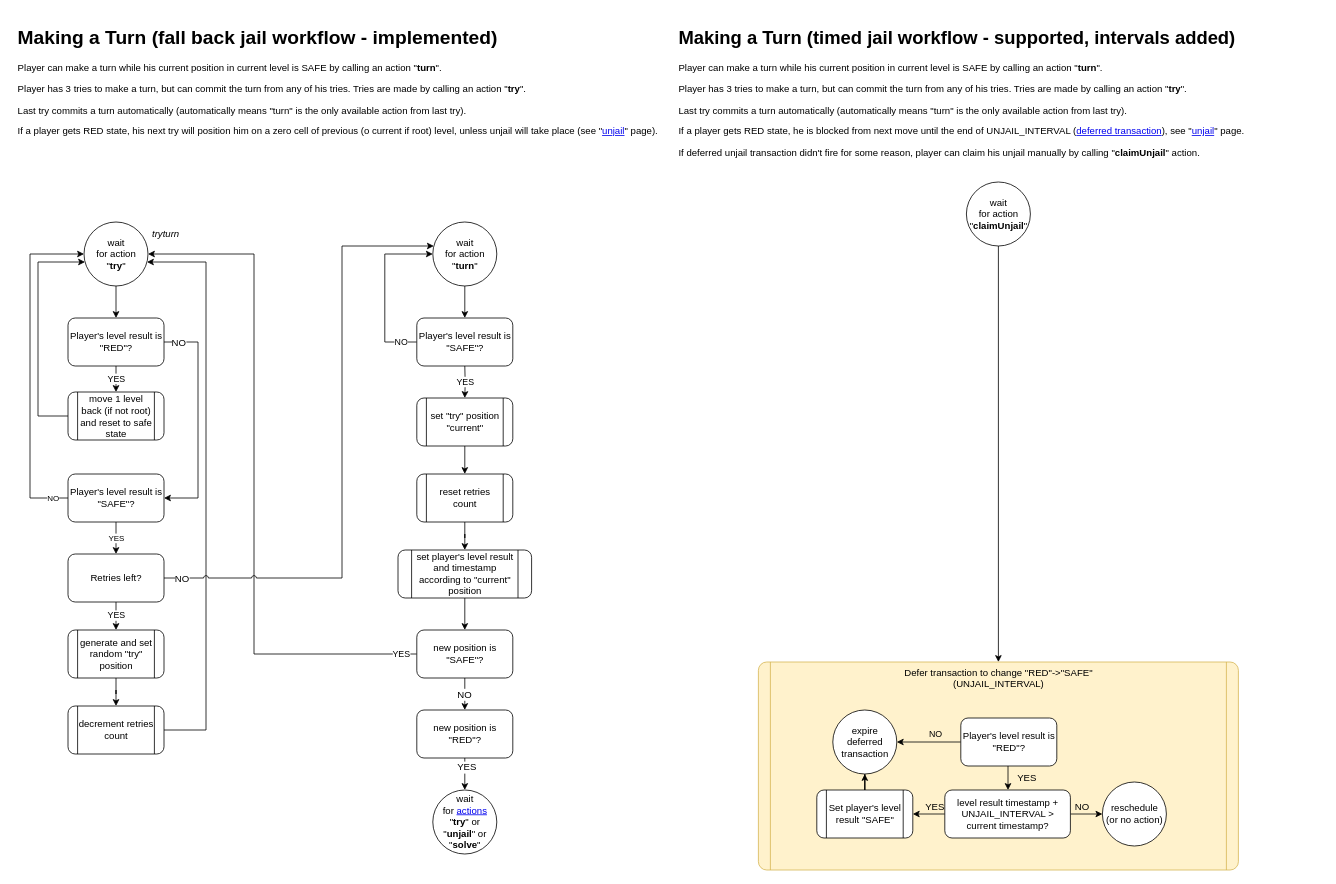
Earlier version of the draw.io diagram page "turn" (5 of 14) of ia/WOFFLER IA.drawio (cptn-solo/woffler_contract). Source tidied: cells renumbered, new cells numbered last; positions are measured from the earlier drawing's top-left corner, leaving out a move shared by most shapes. Both pictures are drawn from the tidied source at 80%, with x=0, y=0 at pixel (14, 22).
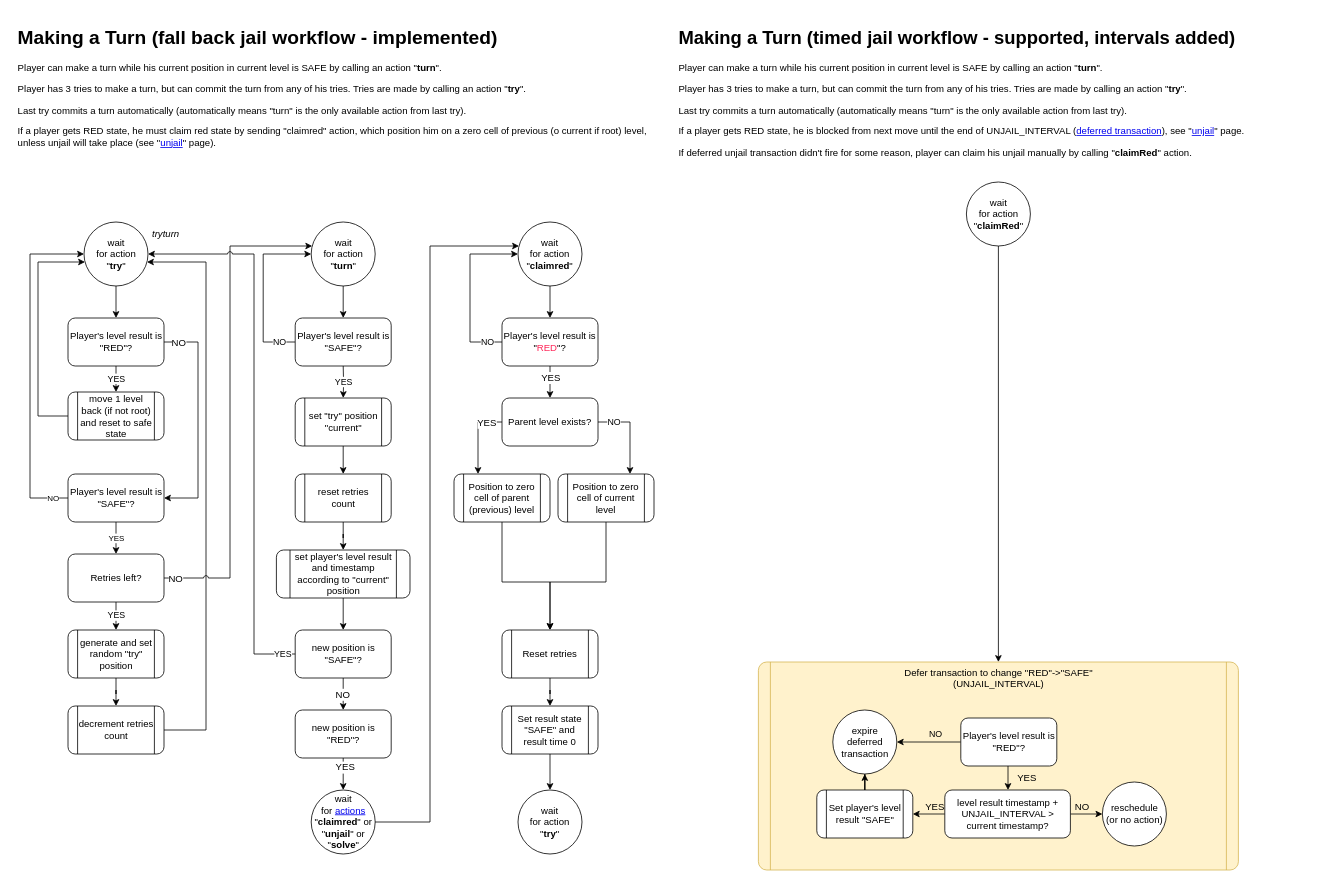
Above is the later version.

The change refers to these unchanged cells:
```xml
<mxCell id="11" value="Retries left?" style="rounded=1;whiteSpace=wrap;html=1;shadow=0;glass=0;strokeColor=#000000;align=center;" parent="1" vertex="1">
  <mxGeometry x="67.5" y="665" width="120" height="60" as="geometry" />
</mxCell>
<mxCell id="25" value="wait &lt;br&gt;for action&lt;br&gt;&quot;&lt;b&gt;try&lt;/b&gt;&quot;" style="ellipse;whiteSpace=wrap;html=1;rounded=1;shadow=0;glass=0;strokeColor=#000000;fillColor=none;align=center;" parent="1" vertex="1">
  <mxGeometry x="87.5" y="250" width="80" height="80" as="geometry" />
</mxCell>
```

What changed in the source:
```diff
@@
     <mxCell id="3" value="set &quot;try&quot; position &quot;current&quot;" style="shape=process;rounded=1;whiteSpace=wrap;html=1;shadow=0;glass=0;strokeColor=#000000;align=center;" parent="1" vertex="1">
-      <mxGeometry x="503.5" y="470" width="120" height="60" as="geometry" />
+      <mxGeometry x="351.5" y="470" width="120" height="60" as="geometry" />
     </mxCell>
     <mxCell id="4" value="NO" style="edgeStyle=orthogonalEdgeStyle;rounded=0;jettySize=auto;html=1;endFill=1;" parent="1" edge="1" source="28" target="27">
       <mxGeometry x="-0.81" relative="1" as="geometry">
         <Array as="points">
-          <mxPoint x="463.5" y="400" />
-          <mxPoint x="463.5" y="290" />
+          <mxPoint x="311.5" y="400" />
+          <mxPoint x="311.5" y="290" />
         </Array>
       </mxGeometry>
     </mxCell>
     <mxCell id="5" value="YES" style="edgeStyle=orthogonalEdgeStyle;rounded=0;jettySize=auto;html=1;strokeColor=#000000;fontSize=11;fontColor=#000000;endFill=1;" parent="1" edge="1" target="3">
       <mxGeometry relative="1" as="geometry">
-        <mxPoint x="563.5" y="430" as="sourcePoint" />
+        <mxPoint x="411.5" y="430" as="sourcePoint" />
       </mxGeometry>
     </mxCell>
@@
     <mxCell id="13" value="reset retries count&lt;br&gt;" style="shape=process;rounded=1;whiteSpace=wrap;html=1;shadow=0;glass=0;strokeColor=#000000;align=center;" parent="1" vertex="1">
-      <mxGeometry x="503.5" y="565" width="120" height="60" as="geometry" />
+      <mxGeometry x="351.5" y="565" width="120" height="60" as="geometry" />
     </mxCell>
-    <mxCell id="14" value="YES" style="edgeStyle=orthogonalEdgeStyle;rounded=0;jettySize=auto;html=1;" parent="1" edge="1" source="52" target="25">
-      <mxGeometry x="-0.95" relative="1" as="geometry">
-        <Array as="points">
-          <mxPoint x="300" y="790" />
-          <mxPoint x="300" y="290" />
-        </Array>
-        <mxPoint x="1" as="offset" />
-      </mxGeometry>
-    </mxCell>
@@
     <mxCell id="16" value="set player's level result and timestamp according to &quot;current&quot; position&lt;br&gt;" style="shape=process;rounded=1;whiteSpace=wrap;html=1;shadow=0;glass=0;strokeColor=#000000;align=center;" parent="1" vertex="1">
-      <mxGeometry x="480" y="660" width="167" height="60" as="geometry" />
+      <mxGeometry x="328" y="660" width="167" height="60" as="geometry" />
     </mxCell>
@@
     <mxCell id="19" value="new position is &quot;RED&quot;?&lt;br&gt;" style="rounded=1;whiteSpace=wrap;html=1;shadow=0;glass=0;strokeColor=#000000;align=center;" parent="1" vertex="1">
-      <mxGeometry x="503.5" y="860" width="120" height="60" as="geometry" />
+      <mxGeometry x="351.5" y="860" width="120" height="60" as="geometry" />
     </mxCell>
@@
-    <mxCell id="23" value="&lt;h1&gt;Making a Turn (fall back jail workflow - implemented)&lt;/h1&gt;&lt;p&gt;Player can make a turn while his current position in current level is SAFE by calling an action &quot;&lt;b&gt;turn&lt;/b&gt;&quot;.&lt;/p&gt;&lt;p&gt;Player has 3 tries to make a turn, but can commit the turn from any of his tries. Tries are made by calling an action &quot;&lt;b&gt;try&lt;/b&gt;&quot;.&lt;/p&gt;&lt;p&gt;Last try commits a turn automatically (automatically means &quot;turn&quot; is the only available action from last try).&lt;/p&gt;&lt;p&gt;If a player gets RED state, his next try will position him on a zero cell of previous (o current if root) level, unless unjail will take place (see &quot;&lt;a href=&quot;data:page/id,JelkGK6z_K_HSlQ8lR76&quot;&gt;unjail&lt;/a&gt;&quot; page).&lt;/p&gt;" style="text;html=1;strokeColor=none;fillColor=none;spacing=5;spacingTop=-20;whiteSpace=wrap;overflow=hidden;rounded=0;shadow=0;glass=0;align=left;" parent="1" vertex="1">
+    <mxCell id="23" value="&lt;h1&gt;Making a Turn (fall back jail workflow - implemented)&lt;/h1&gt;&lt;p&gt;Player can make a turn while his current position in current level is SAFE by calling an action &quot;&lt;b&gt;turn&lt;/b&gt;&quot;.&lt;/p&gt;&lt;p&gt;Player has 3 tries to make a turn, but can commit the turn from any of his tries. Tries are made by calling an action &quot;&lt;b&gt;try&lt;/b&gt;&quot;.&lt;/p&gt;&lt;p&gt;Last try commits a turn automatically (automatically means &quot;turn&quot; is the only available action from last try).&lt;/p&gt;&lt;p&gt;If a player gets RED state, he must claim red state by sending &quot;claimred&quot; action, which position him on a zero cell of previous (o current if root) level, unless unjail will take place (see &quot;&lt;a href=&quot;data:page/id,JelkGK6z_K_HSlQ8lR76&quot;&gt;unjail&lt;/a&gt;&quot; page).&lt;/p&gt;" style="text;html=1;strokeColor=none;fillColor=none;spacing=5;spacingTop=-20;whiteSpace=wrap;overflow=hidden;rounded=0;shadow=0;glass=0;align=left;" parent="1" vertex="1">
       <mxGeometry width="810" height="220" as="geometry" />
     </mxCell>
@@
     <mxCell id="27" value="wait &lt;br&gt;for action&lt;br&gt;&quot;&lt;b&gt;turn&lt;/b&gt;&quot;" style="ellipse;whiteSpace=wrap;html=1;rounded=1;shadow=0;glass=0;strokeColor=#000000;fillColor=none;align=center;" parent="1" vertex="1">
-      <mxGeometry x="523.5" y="250" width="80" height="80" as="geometry" />
+      <mxGeometry x="371.5" y="250" width="80" height="80" as="geometry" />
     </mxCell>
     <mxCell id="28" value="Player's level result is &quot;SAFE&quot;?" style="rounded=1;whiteSpace=wrap;html=1;shadow=0;glass=0;strokeColor=#000000;align=center;" parent="1" vertex="1">
-      <mxGeometry x="503.5" y="370" width="120" height="60" as="geometry" />
+      <mxGeometry x="351.5" y="370" width="120" height="60" as="geometry" />
     </mxCell>
     <mxCell id="29" style="edgeStyle=orthogonalEdgeStyle;rounded=0;jettySize=auto;html=1;endArrow=classic;endFill=1;fontColor=#FF0000;align=center;jumpStyle=arc;" parent="1" edge="1" source="11" target="27">
       <mxGeometry relative="1" as="geometry">
         <Array as="points">
-          <mxPoint x="410" y="695" />
-          <mxPoint x="410" y="280" />
+          <mxPoint x="270" y="695" />
+          <mxPoint x="270" y="280" />
         </Array>
       </mxGeometry>
     </mxCell>
@@
-    <mxCell id="32" value="&lt;h1&gt;&lt;span style=&quot;font-size: 23px&quot;&gt;Making a Turn (timed jail workflow - supported, intervals added&lt;/span&gt;&lt;span style=&quot;font-size: 23px&quot;&gt;)&lt;/span&gt;&lt;/h1&gt;&lt;p&gt;Player can make a turn while his current position in current level is SAFE by calling an action &quot;&lt;b&gt;turn&lt;/b&gt;&quot;.&lt;/p&gt;&lt;p&gt;Player has 3 tries to make a turn, but can commit the turn from any of his tries. Tries are made by calling an action &quot;&lt;b&gt;try&lt;/b&gt;&quot;.&lt;/p&gt;&lt;p&gt;Last try commits a turn automatically (automatically means &quot;turn&quot; is the only available action from last try).&lt;/p&gt;&lt;p&gt;If a player gets RED state, he is blocked from next move until the end of UNJAIL_INTERVAL (&lt;a href=&quot;https://cmichel.io/deferred-transactions-on-eos/&quot;&gt;deferred transaction&lt;/a&gt;), see &quot;&lt;a href=&quot;data:page/id,JelkGK6z_K_HSlQ8lR76&quot;&gt;unjail&lt;/a&gt;&quot; page.&lt;/p&gt;&lt;p&gt;If deferred unjail transaction didn't fire for some reason, player can claim his unjail manually by calling &quot;&lt;b&gt;claimUnjail&lt;/b&gt;&quot; action.&lt;/p&gt;" style="text;html=1;strokeColor=none;fillColor=none;spacing=5;spacingTop=-20;whiteSpace=wrap;overflow=hidden;rounded=0;shadow=0;glass=0;align=left;" parent="1" vertex="1">
+    <mxCell id="32" value="&lt;h1&gt;&lt;span style=&quot;font-size: 23px&quot;&gt;Making a Turn (timed jail workflow - supported, intervals added&lt;/span&gt;&lt;span style=&quot;font-size: 23px&quot;&gt;)&lt;/span&gt;&lt;/h1&gt;&lt;p&gt;Player can make a turn while his current position in current level is SAFE by calling an action &quot;&lt;b&gt;turn&lt;/b&gt;&quot;.&lt;/p&gt;&lt;p&gt;Player has 3 tries to make a turn, but can commit the turn from any of his tries. Tries are made by calling an action &quot;&lt;b&gt;try&lt;/b&gt;&quot;.&lt;/p&gt;&lt;p&gt;Last try commits a turn automatically (automatically means &quot;turn&quot; is the only available action from last try).&lt;/p&gt;&lt;p&gt;If a player gets RED state, he is blocked from next move until the end of UNJAIL_INTERVAL (&lt;a href=&quot;https://cmichel.io/deferred-transactions-on-eos/&quot;&gt;deferred transaction&lt;/a&gt;), see &quot;&lt;a href=&quot;data:page/id,JelkGK6z_K_HSlQ8lR76&quot;&gt;unjail&lt;/a&gt;&quot; page.&lt;/p&gt;&lt;p&gt;If deferred unjail transaction didn't fire for some reason, player can claim his unjail manually by calling &quot;&lt;b&gt;claimRed&lt;/b&gt;&quot; action.&lt;/p&gt;" style="text;html=1;strokeColor=none;fillColor=none;spacing=5;spacingTop=-20;whiteSpace=wrap;overflow=hidden;rounded=0;shadow=0;glass=0;align=left;" parent="1" vertex="1">
       <mxGeometry x="825.5" width="810" height="220" as="geometry" />
     </mxCell>
@@
-    <mxCell id="48" value="wait &lt;br&gt;for action&lt;br&gt;&quot;&lt;b&gt;claimUnjail&lt;/b&gt;&quot;&lt;br&gt;" style="ellipse;whiteSpace=wrap;html=1;rounded=1;shadow=0;glass=0;align=center;labelBackgroundColor=none;" parent="1" vertex="1">
+    <mxCell id="48" value="wait &lt;br&gt;for action&lt;br&gt;&quot;&lt;b&gt;claimRed&lt;/b&gt;&quot;&lt;br&gt;" style="ellipse;whiteSpace=wrap;html=1;rounded=1;shadow=0;glass=0;align=center;labelBackgroundColor=none;" parent="1" vertex="1">
       <mxGeometry x="1190.5" y="200" width="80" height="80" as="geometry" />
     </mxCell>
+    <mxCell id="59" style="edgeStyle=orthogonalEdgeStyle;rounded=0;jumpStyle=arc;jettySize=auto;html=1;" parent="1" edge="1" source="49" target="70">
+      <mxGeometry relative="1" as="geometry">
+        <Array as="points">
+          <mxPoint x="520" y="1000" />
+          <mxPoint x="520" y="280" />
+        </Array>
+      </mxGeometry>
+    </mxCell>
-    <mxCell id="49" value="wait &lt;br&gt;for &lt;a href=&quot;data:page/id,JelkGK6z_K_HSlQ8lR76&quot;&gt;actions&lt;/a&gt;&lt;br&gt;&quot;&lt;b&gt;try&lt;/b&gt;&quot; or &quot;&lt;b&gt;unjail&lt;/b&gt;&quot; or &quot;&lt;b&gt;solve&lt;/b&gt;&quot;" style="ellipse;whiteSpace=wrap;html=1;rounded=1;shadow=0;glass=0;strokeColor=#000000;fillColor=none;align=center;" parent="1" vertex="1">
-      <mxGeometry x="523.5" y="960" width="80" height="80" as="geometry" />
+    <mxCell id="49" value="wait &lt;br&gt;for &lt;a href=&quot;data:page/id,JelkGK6z_K_HSlQ8lR76&quot;&gt;actions&lt;/a&gt;&lt;br&gt;&quot;&lt;b&gt;claimred&lt;/b&gt;&quot; or&lt;br&gt;&quot;&lt;b&gt;unjail&lt;/b&gt;&quot; or &quot;&lt;b&gt;solve&lt;/b&gt;&quot;" style="ellipse;whiteSpace=wrap;html=1;rounded=1;shadow=0;glass=0;strokeColor=#000000;fillColor=none;align=center;" parent="1" vertex="1">
+      <mxGeometry x="371.5" y="960" width="80" height="80" as="geometry" />
     </mxCell>
@@
     <mxCell id="52" value="new position is &quot;SAFE&quot;?&lt;br&gt;" style="rounded=1;whiteSpace=wrap;html=1;shadow=0;glass=0;strokeColor=#000000;align=center;" parent="1" vertex="1">
-      <mxGeometry x="503.5" y="760" width="120" height="60" as="geometry" />
+      <mxGeometry x="351.5" y="760" width="120" height="60" as="geometry" />
     </mxCell>
@@
+    <mxCell id="60" value="NO" style="edgeStyle=orthogonalEdgeStyle;rounded=0;jettySize=auto;html=1;" parent="1" edge="1" source="77" target="64">
+      <mxGeometry x="-0.62" relative="1" as="geometry">
+        <Array as="points">
+          <mxPoint x="770" y="500" />
+        </Array>
+      </mxGeometry>
+    </mxCell>
+    <mxCell id="61" style="edgeStyle=orthogonalEdgeStyle;rounded=0;jettySize=auto;html=1;" parent="1" edge="1" source="62" target="66">
+      <mxGeometry relative="1" as="geometry">
+        <Array as="points">
+          <mxPoint x="610" y="700" />
+          <mxPoint x="670" y="700" />
+        </Array>
+      </mxGeometry>
+    </mxCell>
+    <mxCell id="62" value="Position to zero cell of parent (previous) level" style="shape=process;rounded=1;whiteSpace=wrap;html=1;shadow=0;glass=0;strokeColor=#000000;align=center;" parent="1" vertex="1">
+      <mxGeometry x="550" y="565" width="120" height="60" as="geometry" />
+    </mxCell>
+    <mxCell id="63" style="edgeStyle=orthogonalEdgeStyle;rounded=0;jettySize=auto;html=1;" parent="1" edge="1" source="64" target="66">
+      <mxGeometry relative="1" as="geometry">
+        <Array as="points">
+          <mxPoint x="740" y="700" />
+          <mxPoint x="670" y="700" />
+        </Array>
+      </mxGeometry>
+    </mxCell>
+    <mxCell id="64" value="Position to zero cell of current level" style="shape=process;rounded=1;whiteSpace=wrap;html=1;shadow=0;glass=0;strokeColor=#000000;align=center;" parent="1" vertex="1">
+      <mxGeometry x="680" y="565" width="120" height="60" as="geometry" />
+    </mxCell>
+    <mxCell id="65" style="edgeStyle=orthogonalEdgeStyle;rounded=0;jettySize=auto;html=1;" parent="1" edge="1" source="66" target="68">
+      <mxGeometry relative="1" as="geometry" />
+    </mxCell>
+    <mxCell id="66" value="Reset retries" style="shape=process;rounded=1;whiteSpace=wrap;html=1;shadow=0;glass=0;strokeColor=#000000;align=center;" parent="1" vertex="1">
+      <mxGeometry x="610" y="760" width="120" height="60" as="geometry" />
+    </mxCell>
+    <mxCell id="67" style="edgeStyle=orthogonalEdgeStyle;rounded=0;jumpStyle=arc;jettySize=auto;html=1;" parent="1" edge="1" source="68" target="78">
+      <mxGeometry relative="1" as="geometry" />
+    </mxCell>
+    <mxCell id="68" value="Set result state &quot;SAFE&quot; and result time 0" style="shape=process;rounded=1;whiteSpace=wrap;html=1;shadow=0;glass=0;strokeColor=#000000;align=center;" parent="1" vertex="1">
+      <mxGeometry x="610" y="855" width="120" height="60" as="geometry" />
+    </mxCell>
+    <mxCell id="69" style="edgeStyle=orthogonalEdgeStyle;rounded=0;jettySize=auto;html=1;" parent="1" edge="1" source="70" target="74">
+      <mxGeometry relative="1" as="geometry" />
+    </mxCell>
+    <mxCell id="70" value="wait &lt;br&gt;for action&lt;br&gt;&quot;&lt;b&gt;claimred&lt;/b&gt;&quot;" style="ellipse;whiteSpace=wrap;html=1;rounded=1;shadow=0;glass=0;strokeColor=#000000;fillColor=none;align=center;" parent="1" vertex="1">
+      <mxGeometry x="630" y="250" width="80" height="80" as="geometry" />
+    </mxCell>
+    <mxCell id="71" value="NO" style="edgeStyle=orthogonalEdgeStyle;rounded=0;jettySize=auto;html=1;" parent="1" edge="1" source="74" target="70">
+      <mxGeometry x="-0.83" relative="1" as="geometry">
+        <Array as="points">
+          <mxPoint x="570" y="400" />
+          <mxPoint x="570" y="290" />
+        </Array>
+      </mxGeometry>
+    </mxCell>
+    <mxCell id="72" style="edgeStyle=orthogonalEdgeStyle;rounded=0;jettySize=auto;html=1;" parent="1" edge="1" source="74" target="77">
+      <mxGeometry relative="1" as="geometry" />
+    </mxCell>
+    <mxCell id="73" value="YES" style="text;html=1;align=center;verticalAlign=middle;labelBackgroundColor=#ffffff;" parent="72" vertex="1">
+      <mxGeometry x="-0.3" relative="1" as="geometry" />
+    </mxCell>
+    <mxCell id="74" value="Player's level result is &quot;&lt;font color=&quot;#ff2457&quot;&gt;RED&lt;/font&gt;&quot;?" style="rounded=1;whiteSpace=wrap;html=1;shadow=0;glass=0;strokeColor=#000000;align=center;" parent="1" vertex="1">
+      <mxGeometry x="610" y="370" width="120" height="60" as="geometry" />
+    </mxCell>
+    <mxCell id="75" style="edgeStyle=orthogonalEdgeStyle;rounded=0;jettySize=auto;html=1;" parent="1" edge="1" source="77" target="62">
+      <mxGeometry relative="1" as="geometry">
+        <Array as="points">
+          <mxPoint x="580" y="500" />
+        </Array>
+      </mxGeometry>
+    </mxCell>
+    <mxCell id="76" value="YES" style="text;html=1;align=center;verticalAlign=middle;labelBackgroundColor=#ffffff;" parent="75" vertex="1">
+      <mxGeometry x="0.11" y="2" relative="1" as="geometry">
+        <mxPoint x="8" y="-23" as="offset" />
+      </mxGeometry>
+    </mxCell>
+    <mxCell id="77" value="Parent level exists?" style="rounded=1;whiteSpace=wrap;html=1;shadow=0;glass=0;strokeColor=#000000;align=center;" parent="1" vertex="1">
+      <mxGeometry x="610" y="470" width="120" height="60" as="geometry" />
+    </mxCell>
+    <mxCell id="14" value="YES" style="edgeStyle=orthogonalEdgeStyle;rounded=0;jettySize=auto;html=1;jumpStyle=arc;" parent="1" edge="1" source="52" target="25">
+      <mxGeometry x="-0.95" relative="1" as="geometry">
+        <Array as="points">
+          <mxPoint x="300" y="790" />
+          <mxPoint x="300" y="290" />
+        </Array>
+        <mxPoint x="1" as="offset" />
+      </mxGeometry>
+    </mxCell>
+    <mxCell id="78" value="wait &lt;br&gt;for action&lt;br&gt;&quot;&lt;b&gt;try&lt;/b&gt;&quot;" style="ellipse;whiteSpace=wrap;html=1;rounded=1;shadow=0;glass=0;strokeColor=#000000;fillColor=none;align=center;" parent="1" vertex="1">
+      <mxGeometry x="630" y="960" width="80" height="80" as="geometry" />
+    </mxCell>
```
